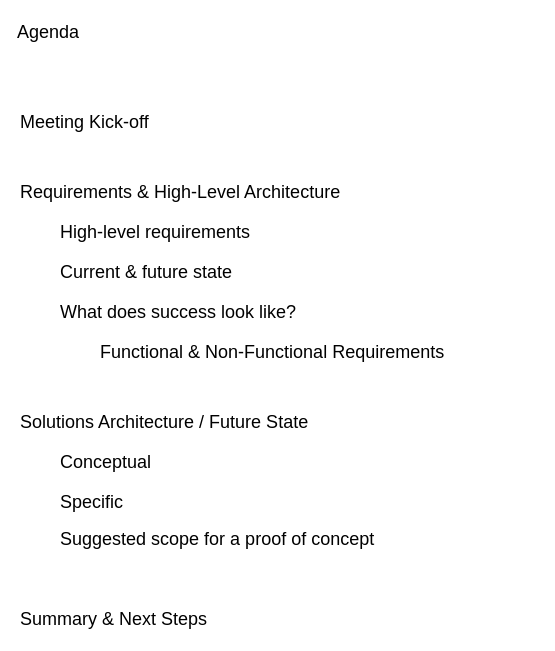
The draw.io diagram page "Agenda" (1 of 15) of AB2 - 2022-11-29-v4.drawio in fotoby/ab3, before the edit. Source tidied: cells renumbered, new cells numbered last; positions are measured from the earlier drawing's top-left corner, leaving out a move shared by most shapes. Both pictures are drawn from the tidied source at 100%, with x=0, y=0 at pixel (18, 17).
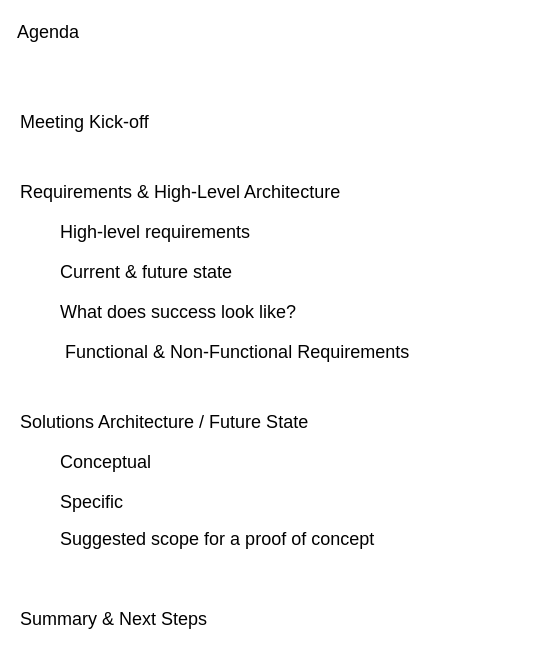
The same diagram, later.

What changed in the source:
```diff
@@
 <mxGraphModel>
   <root>
     <mxCell id="0" />
     <mxCell id="1" parent="0" />
     <mxCell id="2" value="Agenda" style="text;html=1;strokeColor=none;fillColor=none;align=center;verticalAlign=middle;whiteSpace=wrap;rounded=0;shadow=0;fontSize=18;" parent="1" vertex="1">
       <mxGeometry width="60" height="30" as="geometry" />
     </mxCell>
     <mxCell id="3" value="Meeting Kick-off" style="text;html=1;strokeColor=none;fillColor=none;align=left;verticalAlign=middle;whiteSpace=wrap;rounded=0;shadow=0;fontSize=18;" parent="1" vertex="1">
       <mxGeometry y="90" width="480" height="30" as="geometry" />
     </mxCell>
     <mxCell id="4" value="Requirements &amp;amp; High-Level Architecture" style="text;html=1;strokeColor=none;fillColor=none;align=left;verticalAlign=middle;whiteSpace=wrap;rounded=0;shadow=0;fontSize=18;" parent="1" vertex="1">
       <mxGeometry y="160" width="480" height="30" as="geometry" />
     </mxCell>
     <mxCell id="5" value="Solutions Architecture / Future State" style="text;html=1;strokeColor=none;fillColor=none;align=left;verticalAlign=middle;whiteSpace=wrap;rounded=0;shadow=0;fontSize=18;" parent="1" vertex="1">
       <mxGeometry y="390" width="480" height="30" as="geometry" />
     </mxCell>
     <mxCell id="6" value="Summary &amp;amp; Next Steps" style="text;html=1;strokeColor=none;fillColor=none;align=left;verticalAlign=middle;whiteSpace=wrap;rounded=0;shadow=0;fontSize=18;" parent="1" vertex="1">
       <mxGeometry y="587" width="480" height="30" as="geometry" />
     </mxCell>
     <mxCell id="7" value="Conceptual" style="text;html=1;strokeColor=none;fillColor=none;align=left;verticalAlign=middle;whiteSpace=wrap;rounded=0;shadow=0;fontSize=18;" parent="1" vertex="1">
       <mxGeometry x="40" y="430" width="480" height="30" as="geometry" />
     </mxCell>
     <mxCell id="8" value="Specific" style="text;html=1;strokeColor=none;fillColor=none;align=left;verticalAlign=middle;whiteSpace=wrap;rounded=0;shadow=0;fontSize=18;" parent="1" vertex="1">
       <mxGeometry x="40" y="470" width="480" height="30" as="geometry" />
     </mxCell>
     <mxCell id="9" value="High-level requirements" style="text;html=1;strokeColor=none;fillColor=none;align=left;verticalAlign=middle;whiteSpace=wrap;rounded=0;shadow=0;fontSize=18;" parent="1" vertex="1">
       <mxGeometry x="40" y="200" width="480" height="30" as="geometry" />
     </mxCell>
     <mxCell id="10" value="Current &amp;amp; future state" style="text;html=1;strokeColor=none;fillColor=none;align=left;verticalAlign=middle;whiteSpace=wrap;rounded=0;shadow=0;fontSize=18;" parent="1" vertex="1">
       <mxGeometry x="40" y="240" width="480" height="30" as="geometry" />
     </mxCell>
     <mxCell id="11" value="What does success look like?" style="text;html=1;strokeColor=none;fillColor=none;align=left;verticalAlign=middle;whiteSpace=wrap;rounded=0;shadow=0;fontSize=18;" parent="1" vertex="1">
       <mxGeometry x="40" y="280" width="480" height="30" as="geometry" />
     </mxCell>
-    <mxCell id="12" value="&lt;span style=&quot;white-space: pre;&quot;&gt;&#9;&lt;/span&gt;Functional &amp;amp; Non-Functional Requirements" style="text;html=1;strokeColor=none;fillColor=none;align=left;verticalAlign=middle;whiteSpace=wrap;rounded=0;shadow=0;fontSize=18;" parent="1" vertex="1">
+    <mxCell id="12" value="&lt;span style=&quot;white-space: pre;&quot;&gt; &lt;/span&gt;Functional &amp;amp; Non-Functional Requirements" style="text;html=1;strokeColor=none;fillColor=none;align=left;verticalAlign=middle;whiteSpace=wrap;rounded=0;shadow=0;fontSize=18;" parent="1" vertex="1">
       <mxGeometry x="40" y="320" width="480" height="30" as="geometry" />
     </mxCell>
     <mxCell id="13" value="Suggested scope for a proof of concept" style="text;html=1;strokeColor=none;fillColor=none;align=left;verticalAlign=middle;whiteSpace=wrap;rounded=0;shadow=0;fontSize=18;" parent="1" vertex="1">
       <mxGeometry x="40" y="507" width="480" height="30" as="geometry" />
     </mxCell>
   </root>
 </mxGraphModel>
```
